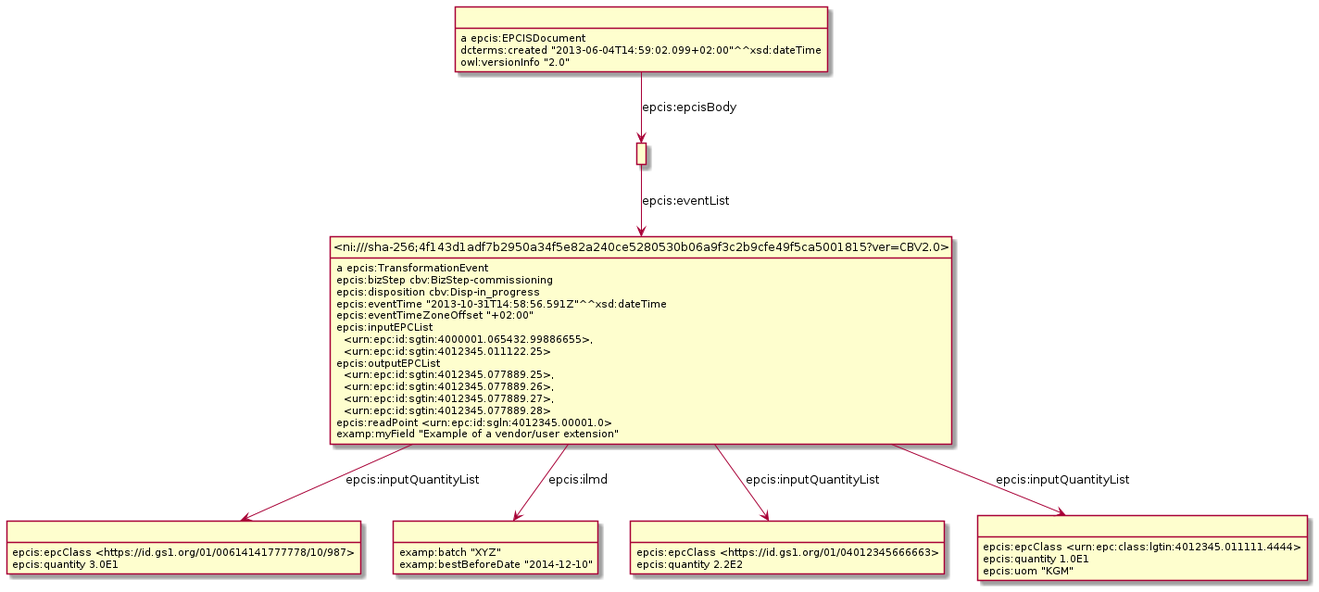
This is Diagrams/WithDigitalLinkID/Example_9.6.4-TransformationEventWithDigitalLink.png from gs1/EPCIS, a PlantUML export, as it was before one commit.
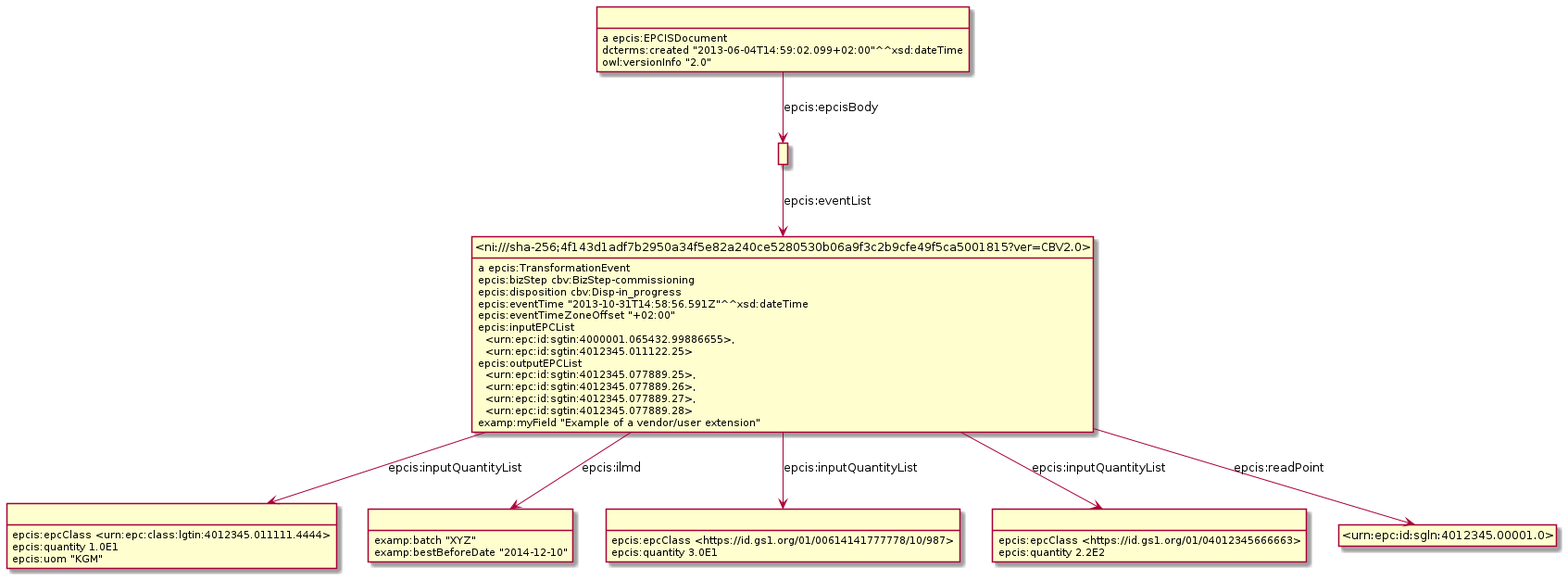
The same diagram one commit later.

Change to the diagram source:
```diff
@@ -3,38 +3,39 @@
 hide empty attributes
 hide circle
 skinparam classAttributeIconSize 0
-class _r1631889697r4_ as " "
-_r1631889697r4_ : epcis:epcClass <https://id.gs1.org/01/00614141777778/10/987>
-_r1631889697r4_ : epcis:quantity 3.0E1
-class _r1631889697r1_ as " "
+class _r1632232136r5_ as " "
+_r1632232136r5_ : epcis:epcClass <urn:epc:class:lgtin:4012345.011111.4444>
+_r1632232136r5_ : epcis:quantity 1.0E1
+_r1632232136r5_ : epcis:uom "KGM"
+class _r1632232136r0_ as " "
+_r1632232136r0_ : a epcis:EPCISDocument
+class _r1632232136r1_ as " "
+_r1632232136r0_ -down-> _r1632232136r1_ : epcis:epcisBody
+_r1632232136r0_ : dcterms:created "2013-06-04T14:59:02.099+02:00"^^xsd:dateTime
+_r1632232136r0_ : owl:versionInfo "2.0"
+class _r1632232136r2_ as " "
+_r1632232136r2_ : examp:batch "XYZ"
+_r1632232136r2_ : examp:bestBeforeDate "2014-12-10"
+class _r1632232136r4_ as " "
+_r1632232136r4_ : epcis:epcClass <https://id.gs1.org/01/00614141777778/10/987>
+_r1632232136r4_ : epcis:quantity 3.0E1
+class _r1632232136r3_ as " "
+_r1632232136r3_ : epcis:epcClass <https://id.gs1.org/01/04012345666663>
+_r1632232136r3_ : epcis:quantity 2.2E2
 class _ni_sha_256_4f143d1adf7b2950a34f5e82a240ce5280530b06a9f3c2b9cfe49f5ca5001815_ver_CBV2_0_ as "<ni:///sha-256;4f143d1adf7b2950a34f5e82a240ce5280530b06a9f3c2b9cfe49f5ca5001815?ver=CBV2.0>"
-_r1631889697r1_ -down-> _ni_sha_256_4f143d1adf7b2950a34f5e82a240ce5280530b06a9f3c2b9cfe49f5ca5001815_ver_CBV2_0_ : epcis:eventList
-class _r1631889697r2_ as " "
-_r1631889697r2_ : examp:batch "XYZ"
-_r1631889697r2_ : examp:bestBeforeDate "2014-12-10"
-class _r1631889697r3_ as " "
-_r1631889697r3_ : epcis:epcClass <https://id.gs1.org/01/04012345666663>
-_r1631889697r3_ : epcis:quantity 2.2E2
-class _r1631889697r0_ as " "
-_r1631889697r0_ : a epcis:EPCISDocument
-_r1631889697r0_ -down-> _r1631889697r1_ : epcis:epcisBody
-_r1631889697r0_ : dcterms:created "2013-06-04T14:59:02.099+02:00"^^xsd:dateTime
-_r1631889697r0_ : owl:versionInfo "2.0"
-class _r1631889697r5_ as " "
-_r1631889697r5_ : epcis:epcClass <urn:epc:class:lgtin:4012345.011111.4444>
-_r1631889697r5_ : epcis:quantity 1.0E1
-_r1631889697r5_ : epcis:uom "KGM"
 _ni_sha_256_4f143d1adf7b2950a34f5e82a240ce5280530b06a9f3c2b9cfe49f5ca5001815_ver_CBV2_0_ : a epcis:TransformationEvent
-_ni_sha_256_4f143d1adf7b2950a34f5e82a240ce5280530b06a9f3c2b9cfe49f5ca5001815_ver_CBV2_0_ -down-> _r1631889697r5_ : epcis:inputQuantityList
-_ni_sha_256_4f143d1adf7b2950a34f5e82a240ce5280530b06a9f3c2b9cfe49f5ca5001815_ver_CBV2_0_ -down-> _r1631889697r4_ : epcis:inputQuantityList
-_ni_sha_256_4f143d1adf7b2950a34f5e82a240ce5280530b06a9f3c2b9cfe49f5ca5001815_ver_CBV2_0_ -down-> _r1631889697r2_ : epcis:ilmd
-_ni_sha_256_4f143d1adf7b2950a34f5e82a240ce5280530b06a9f3c2b9cfe49f5ca5001815_ver_CBV2_0_ -down-> _r1631889697r3_ : epcis:inputQuantityList
+class _urn_epc_id_sgln_4012345_00001_0_ as "<urn:epc:id:sgln:4012345.00001.0>"
+_ni_sha_256_4f143d1adf7b2950a34f5e82a240ce5280530b06a9f3c2b9cfe49f5ca5001815_ver_CBV2_0_ -down-> _urn_epc_id_sgln_4012345_00001_0_ : epcis:readPoint
+_ni_sha_256_4f143d1adf7b2950a34f5e82a240ce5280530b06a9f3c2b9cfe49f5ca5001815_ver_CBV2_0_ -down-> _r1632232136r3_ : epcis:inputQuantityList
+_ni_sha_256_4f143d1adf7b2950a34f5e82a240ce5280530b06a9f3c2b9cfe49f5ca5001815_ver_CBV2_0_ -down-> _r1632232136r2_ : epcis:ilmd
+_ni_sha_256_4f143d1adf7b2950a34f5e82a240ce5280530b06a9f3c2b9cfe49f5ca5001815_ver_CBV2_0_ -down-> _r1632232136r5_ : epcis:inputQuantityList
+_ni_sha_256_4f143d1adf7b2950a34f5e82a240ce5280530b06a9f3c2b9cfe49f5ca5001815_ver_CBV2_0_ -down-> _r1632232136r4_ : epcis:inputQuantityList
 _ni_sha_256_4f143d1adf7b2950a34f5e82a240ce5280530b06a9f3c2b9cfe49f5ca5001815_ver_CBV2_0_ : epcis:bizStep cbv:BizStep-commissioning
 _ni_sha_256_4f143d1adf7b2950a34f5e82a240ce5280530b06a9f3c2b9cfe49f5ca5001815_ver_CBV2_0_ : epcis:disposition cbv:Disp-in_progress
 _ni_sha_256_4f143d1adf7b2950a34f5e82a240ce5280530b06a9f3c2b9cfe49f5ca5001815_ver_CBV2_0_ : epcis:eventTime "2013-10-31T14:58:56.591Z"^^xsd:dateTime
 _ni_sha_256_4f143d1adf7b2950a34f5e82a240ce5280530b06a9f3c2b9cfe49f5ca5001815_ver_CBV2_0_ : epcis:eventTimeZoneOffset "+02:00"
 _ni_sha_256_4f143d1adf7b2950a34f5e82a240ce5280530b06a9f3c2b9cfe49f5ca5001815_ver_CBV2_0_ : epcis:inputEPCList\n  <urn:epc:id:sgtin:4000001.065432.99886655>,\n  <urn:epc:id:sgtin:4012345.011122.25>
 _ni_sha_256_4f143d1adf7b2950a34f5e82a240ce5280530b06a9f3c2b9cfe49f5ca5001815_ver_CBV2_0_ : epcis:outputEPCList\n  <urn:epc:id:sgtin:4012345.077889.25>,\n  <urn:epc:id:sgtin:4012345.077889.26>,\n  <urn:epc:id:sgtin:4012345.077889.27>,\n  <urn:epc:id:sgtin:4012345.077889.28>
-_ni_sha_256_4f143d1adf7b2950a34f5e82a240ce5280530b06a9f3c2b9cfe49f5ca5001815_ver_CBV2_0_ : epcis:readPoint <urn:epc:id:sgln:4012345.00001.0>
 _ni_sha_256_4f143d1adf7b2950a34f5e82a240ce5280530b06a9f3c2b9cfe49f5ca5001815_ver_CBV2_0_ : examp:myField "Example of a vendor/user extension"
+_r1632232136r1_ -down-> _ni_sha_256_4f143d1adf7b2950a34f5e82a240ce5280530b06a9f3c2b9cfe49f5ca5001815_ver_CBV2_0_ : epcis:eventList
 @enduml
```
